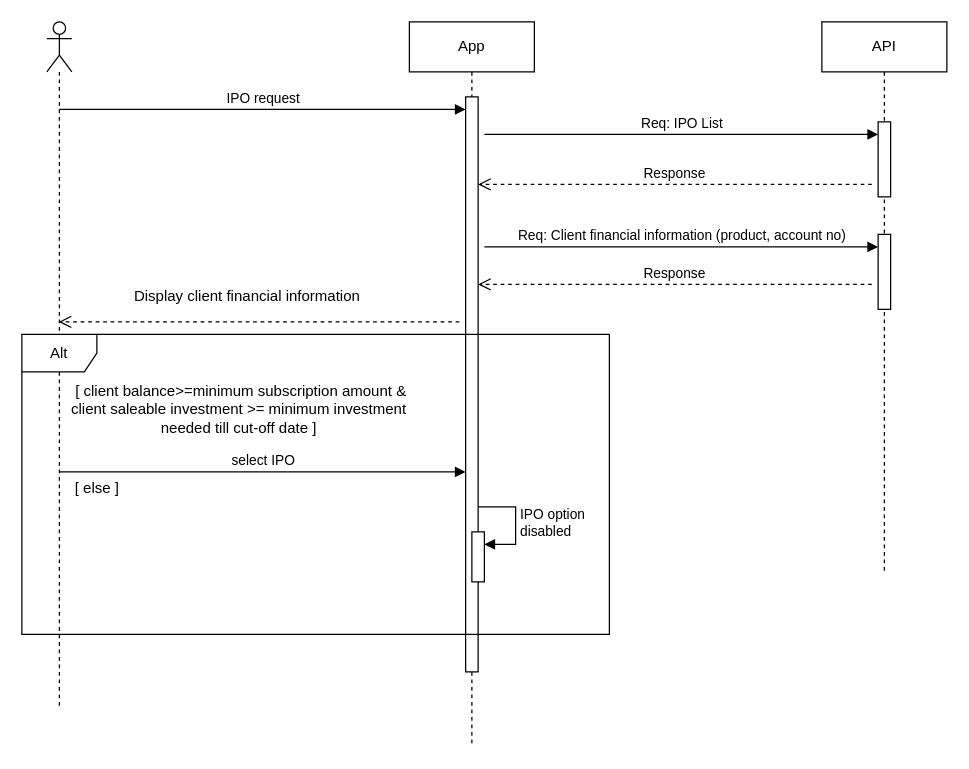
Above: src/assets/IPO.drawio in Eritra064/test_repo (draw.io), before the change. Source tidied: cells renumbered, new cells numbered last; positions are measured from the earlier drawing's top-left corner, leaving out a move shared by most shapes. Both pictures are drawn from the tidied source at 125%, with x=0, y=0 at pixel (21, 21).
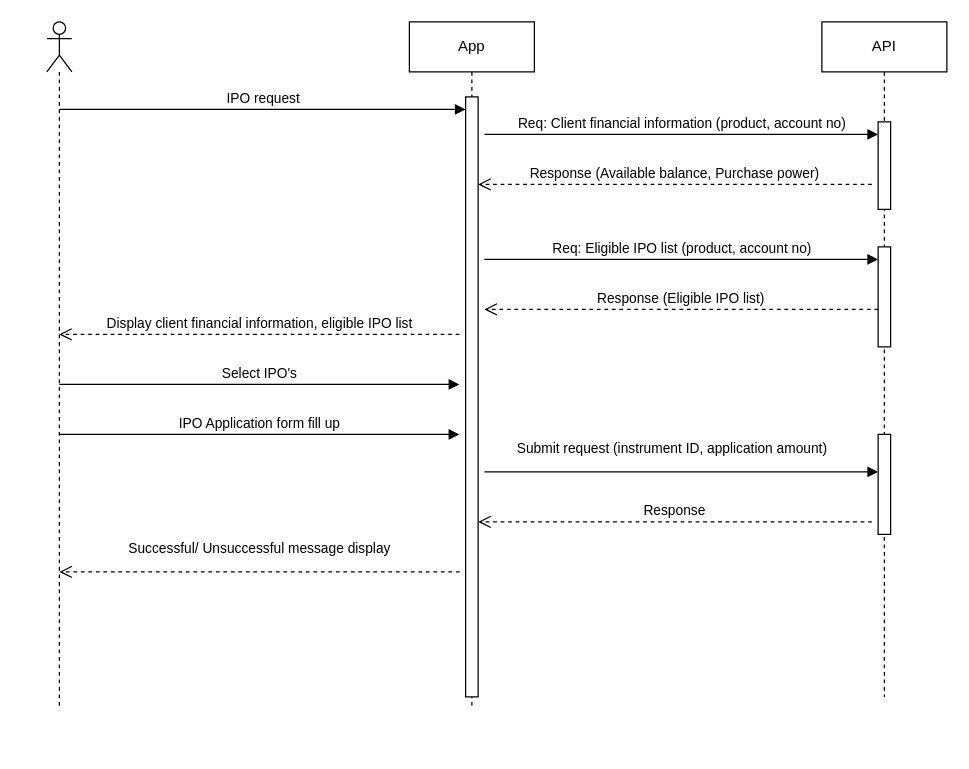
The same page after the edit.

Unchanged cells that the change refers to:
```xml
<mxCell id="2" style="shape=umlLifeline;perimeter=lifelinePerimeter;whiteSpace=wrap;html=1;outlineConnect=0;portConstraint=eastwest;newEdgeStyle={&quot;curved&quot;:0,&quot;rounded&quot;:0};participant=umlActor;" parent="1" vertex="1">
  <mxGeometry x="20" width="20" height="550" as="geometry" />
</mxCell>
```

What changed in the source:
```diff
@@
     <mxCell id="3" value="App" style="shape=umlLifeline;perimeter=lifelinePerimeter;whiteSpace=wrap;html=1;newEdgeStyle={&quot;curved&quot;:0,&quot;rounded&quot;:0};" parent="1" vertex="1">
-      <mxGeometry x="310" width="100" height="580" as="geometry" />
+      <mxGeometry x="310" width="100" height="550" as="geometry" />
     </mxCell>
     <mxCell id="4" style="html=1;points=[[0,0,0,0,5],[0,1,0,0,-5],[1,0,0,0,5],[1,1,0,0,-5]];perimeter=orthogonalPerimeter;outlineConnect=0;targetShapes=umlLifeline;portConstraint=eastwest;newEdgeStyle={&quot;curved&quot;:0,&quot;rounded&quot;:0};" parent="3" vertex="1">
-      <mxGeometry x="45" y="60" width="10" height="460" as="geometry" />
+      <mxGeometry x="45" y="60" width="10" height="480" as="geometry" />
     </mxCell>
     <mxCell id="5" value="API" style="shape=umlLifeline;perimeter=lifelinePerimeter;whiteSpace=wrap;html=1;newEdgeStyle={&quot;curved&quot;:0,&quot;rounded&quot;:0};" parent="1" vertex="1">
-      <mxGeometry x="640" width="100" height="440" as="geometry" />
+      <mxGeometry x="640" width="100" height="540" as="geometry" />
     </mxCell>
     <mxCell id="6" style="html=1;points=[[0,0,0,0,5],[0,1,0,0,-5],[1,0,0,0,5],[1,1,0,0,-5]];perimeter=orthogonalPerimeter;outlineConnect=0;targetShapes=umlLifeline;portConstraint=eastwest;newEdgeStyle={&quot;curved&quot;:0,&quot;rounded&quot;:0};" parent="5" vertex="1">
-      <mxGeometry x="45" y="80" width="10" height="60" as="geometry" />
+      <mxGeometry x="45" y="80" width="10" height="70" as="geometry" />
     </mxCell>
-    <mxCell id="7" style="html=1;points=[[0,0,0,0,5],[0,1,0,0,-5],[1,0,0,0,5],[1,1,0,0,-5]];perimeter=orthogonalPerimeter;outlineConnect=0;targetShapes=umlLifeline;portConstraint=eastwest;newEdgeStyle={&quot;curved&quot;:0,&quot;rounded&quot;:0};" parent="5" vertex="1">
-      <mxGeometry x="45" y="170" width="10" height="60" as="geometry" />
-    </mxCell>
+    <mxCell id="21" style="html=1;perimeter=orthogonalPerimeter;targetShapes=umlLifeline;newEdgeStyle={&quot;curved&quot;:0,&quot;rounded&quot;:0};" parent="5" vertex="1">
+      <mxGeometry x="45" y="330" width="10" height="80" as="geometry" />
+    </mxCell>
+    <mxCell id="22" style="html=1;perimeter=orthogonalPerimeter;targetShapes=umlLifeline;newEdgeStyle={&quot;curved&quot;:0,&quot;rounded&quot;:0};" parent="5" vertex="1">
+      <mxGeometry x="45" y="180" width="10" height="80" as="geometry" />
+    </mxCell>
@@
-    <mxCell id="9" value="Req: IPO List" style="html=1;verticalAlign=bottom;endArrow=block;curved=0;rounded=0;" parent="1" edge="1" target="6">
+    <mxCell id="9" value="Req: Client financial information (product, account no)" style="html=1;verticalAlign=bottom;endArrow=block;curved=0;rounded=0;" parent="1" edge="1" target="6">
       <mxGeometry relative="1" as="geometry">
         <mxPoint x="370" y="90" as="sourcePoint" />
       </mxGeometry>
     </mxCell>
-    <mxCell id="10" value="Response" style="html=1;verticalAlign=bottom;endArrow=open;dashed=1;endSize=8;curved=0;rounded=0;" parent="1" edge="1" target="4">
+    <mxCell id="10" value="Response (Available balance, Purchase power)" style="html=1;verticalAlign=bottom;endArrow=open;dashed=1;endSize=8;curved=0;rounded=0;" parent="1" edge="1" target="4">
       <mxGeometry relative="1" as="geometry">
         <mxPoint x="680" y="130" as="sourcePoint" />
       </mxGeometry>
     </mxCell>
-    <mxCell id="11" value="Req: Client financial information (product, account no)" style="html=1;verticalAlign=bottom;endArrow=block;curved=0;rounded=0;" parent="1" edge="1" target="7">
-      <mxGeometry relative="1" as="geometry">
-        <mxPoint x="370" y="180" as="sourcePoint" />
-      </mxGeometry>
-    </mxCell>
+    <mxCell id="23" value="Display client financial information, eligible IPO list" style="html=1;verticalAlign=bottom;endArrow=open;dashed=1;endSize=8;curved=0;rounded=0;" parent="1" edge="1">
+      <mxGeometry relative="1" as="geometry">
+        <mxPoint x="350" y="250" as="sourcePoint" />
+        <mxPoint x="29.8" y="250" as="targetPoint" />
+      </mxGeometry>
+    </mxCell>
+    <mxCell id="24" value="Select IPO's" style="html=1;verticalAlign=bottom;endArrow=block;curved=0;rounded=0;" parent="1" edge="1">
+      <mxGeometry relative="1" as="geometry">
+        <mxPoint x="30" y="290" as="sourcePoint" />
+        <mxPoint x="350" y="290" as="targetPoint" />
+      </mxGeometry>
+    </mxCell>
+    <mxCell id="25" value="IPO Application form fill up" style="html=1;verticalAlign=bottom;endArrow=block;curved=0;rounded=0;" parent="1" edge="1">
+      <mxGeometry relative="1" as="geometry">
+        <mxPoint x="30" y="330" as="sourcePoint" />
+        <mxPoint x="350" y="330" as="targetPoint" />
+      </mxGeometry>
+    </mxCell>
+    <mxCell id="26" value="Submit request (instrument ID, application amount)" style="html=1;verticalAlign=bottom;endArrow=block;curved=0;rounded=0;" parent="1" edge="1">
+      <mxGeometry x="-0.05" y="10" relative="1" as="geometry">
+        <mxPoint x="370" y="360" as="sourcePoint" />
+        <mxPoint x="685" y="360" as="targetPoint" />
+      </mxGeometry>
+    </mxCell>
-    <mxCell id="12" value="Response" style="html=1;verticalAlign=bottom;endArrow=open;dashed=1;endSize=8;curved=0;rounded=0;" parent="1" edge="1" target="4">
+    <mxCell id="12" value="Response" style="html=1;verticalAlign=bottom;endArrow=open;dashed=1;endSize=8;curved=0;rounded=0;" parent="1" edge="1">
       <mxGeometry relative="1" as="geometry">
-        <mxPoint x="680" y="210" as="sourcePoint" />
+        <mxPoint x="680" y="400" as="sourcePoint" />
+        <mxPoint x="365" y="400" as="targetPoint" />
       </mxGeometry>
     </mxCell>
-    <mxCell id="13" value="Alt" style="shape=umlFrame;whiteSpace=wrap;html=1;" parent="1" vertex="1">
-      <mxGeometry y="250" width="470" height="240" as="geometry" />
-    </mxCell>
-    <mxCell id="14" value="Display client financial information" style="text;html=1;align=center;verticalAlign=middle;strokeColor=none;fillColor=none;" parent="1" vertex="1">
-      <mxGeometry x="80" y="205" width="200" height="30" as="geometry" />
-    </mxCell>
-    <mxCell id="15" style="html=1;verticalAlign=bottom;endArrow=open;dashed=1;endSize=8;curved=0;rounded=0;" parent="1" edge="1" target="2">
-      <mxGeometry relative="1" as="geometry">
-        <mxPoint x="350" y="240" as="sourcePoint" />
-      </mxGeometry>
-    </mxCell>
-    <mxCell id="16" value="[ client balance&amp;gt;=minimum subscription amount &amp;amp;&lt;div&gt;client saleable investment &amp;gt;= minimum investment&amp;nbsp;&lt;/div&gt;&lt;div&gt;needed till&amp;nbsp;&lt;span style=&quot;background-color: initial;&quot;&gt;cut-off date ]&amp;nbsp;&lt;/span&gt;&lt;/div&gt;" style="text;html=1;align=center;verticalAlign=middle;strokeColor=none;fillColor=none;" parent="1" vertex="1">
-      <mxGeometry x="30" y="280" width="290" height="60" as="geometry" />
-    </mxCell>
-    <mxCell id="17" value="select IPO" style="html=1;verticalAlign=bottom;endArrow=block;curved=0;rounded=0;" parent="1" edge="1" target="4">
-      <mxGeometry relative="1" as="geometry">
-        <mxPoint x="30" y="360" as="sourcePoint" />
-      </mxGeometry>
-    </mxCell>
-    <mxCell id="18" value="[ else ]" style="text;html=1;align=center;verticalAlign=middle;strokeColor=none;fillColor=none;" parent="1" vertex="1">
-      <mxGeometry x="30" y="358" width="60" height="30" as="geometry" />
-    </mxCell>
-    <mxCell id="19" style="html=1;points=[[0,0,0,0,5],[0,1,0,0,-5],[1,0,0,0,5],[1,1,0,0,-5]];perimeter=orthogonalPerimeter;outlineConnect=0;targetShapes=umlLifeline;portConstraint=eastwest;newEdgeStyle={&quot;curved&quot;:0,&quot;rounded&quot;:0};" parent="1" vertex="1">
-      <mxGeometry x="360" y="408" width="10" height="40" as="geometry" />
-    </mxCell>
-    <mxCell id="20" value="IPO option&lt;div&gt;disabled&lt;/div&gt;" style="html=1;align=left;spacingLeft=2;endArrow=block;rounded=0;edgeStyle=orthogonalEdgeStyle;curved=0;rounded=0;" parent="1" edge="1" target="19">
-      <mxGeometry relative="1" as="geometry">
-        <mxPoint x="365" y="388" as="sourcePoint" />
-        <Array as="points">
-          <mxPoint x="395" y="418" />
-        </Array>
-      </mxGeometry>
-    </mxCell>
+    <mxCell id="27" value="Successful/ Unsuccessful message display" style="html=1;verticalAlign=bottom;endArrow=open;dashed=1;endSize=8;curved=0;rounded=0;" parent="1" edge="1">
+      <mxGeometry y="-10" relative="1" as="geometry">
+        <mxPoint x="350.2" y="440" as="sourcePoint" />
+        <mxPoint x="30" y="440" as="targetPoint" />
+      </mxGeometry>
+    </mxCell>
+    <mxCell id="28" value="Req: Eligible IPO list (product, account no)" style="html=1;verticalAlign=bottom;endArrow=block;curved=0;rounded=0;" parent="1" edge="1">
+      <mxGeometry relative="1" as="geometry">
+        <mxPoint x="370" y="190" as="sourcePoint" />
+        <mxPoint x="685" y="190" as="targetPoint" />
+      </mxGeometry>
+    </mxCell>
+    <mxCell id="29" value="Response (Eligible IPO list)" style="html=1;verticalAlign=bottom;endArrow=open;dashed=1;endSize=8;curved=0;rounded=0;" parent="1" edge="1">
+      <mxGeometry relative="1" as="geometry">
+        <mxPoint x="685" y="230" as="sourcePoint" />
+        <mxPoint x="370" y="230" as="targetPoint" />
+      </mxGeometry>
+    </mxCell>
```
